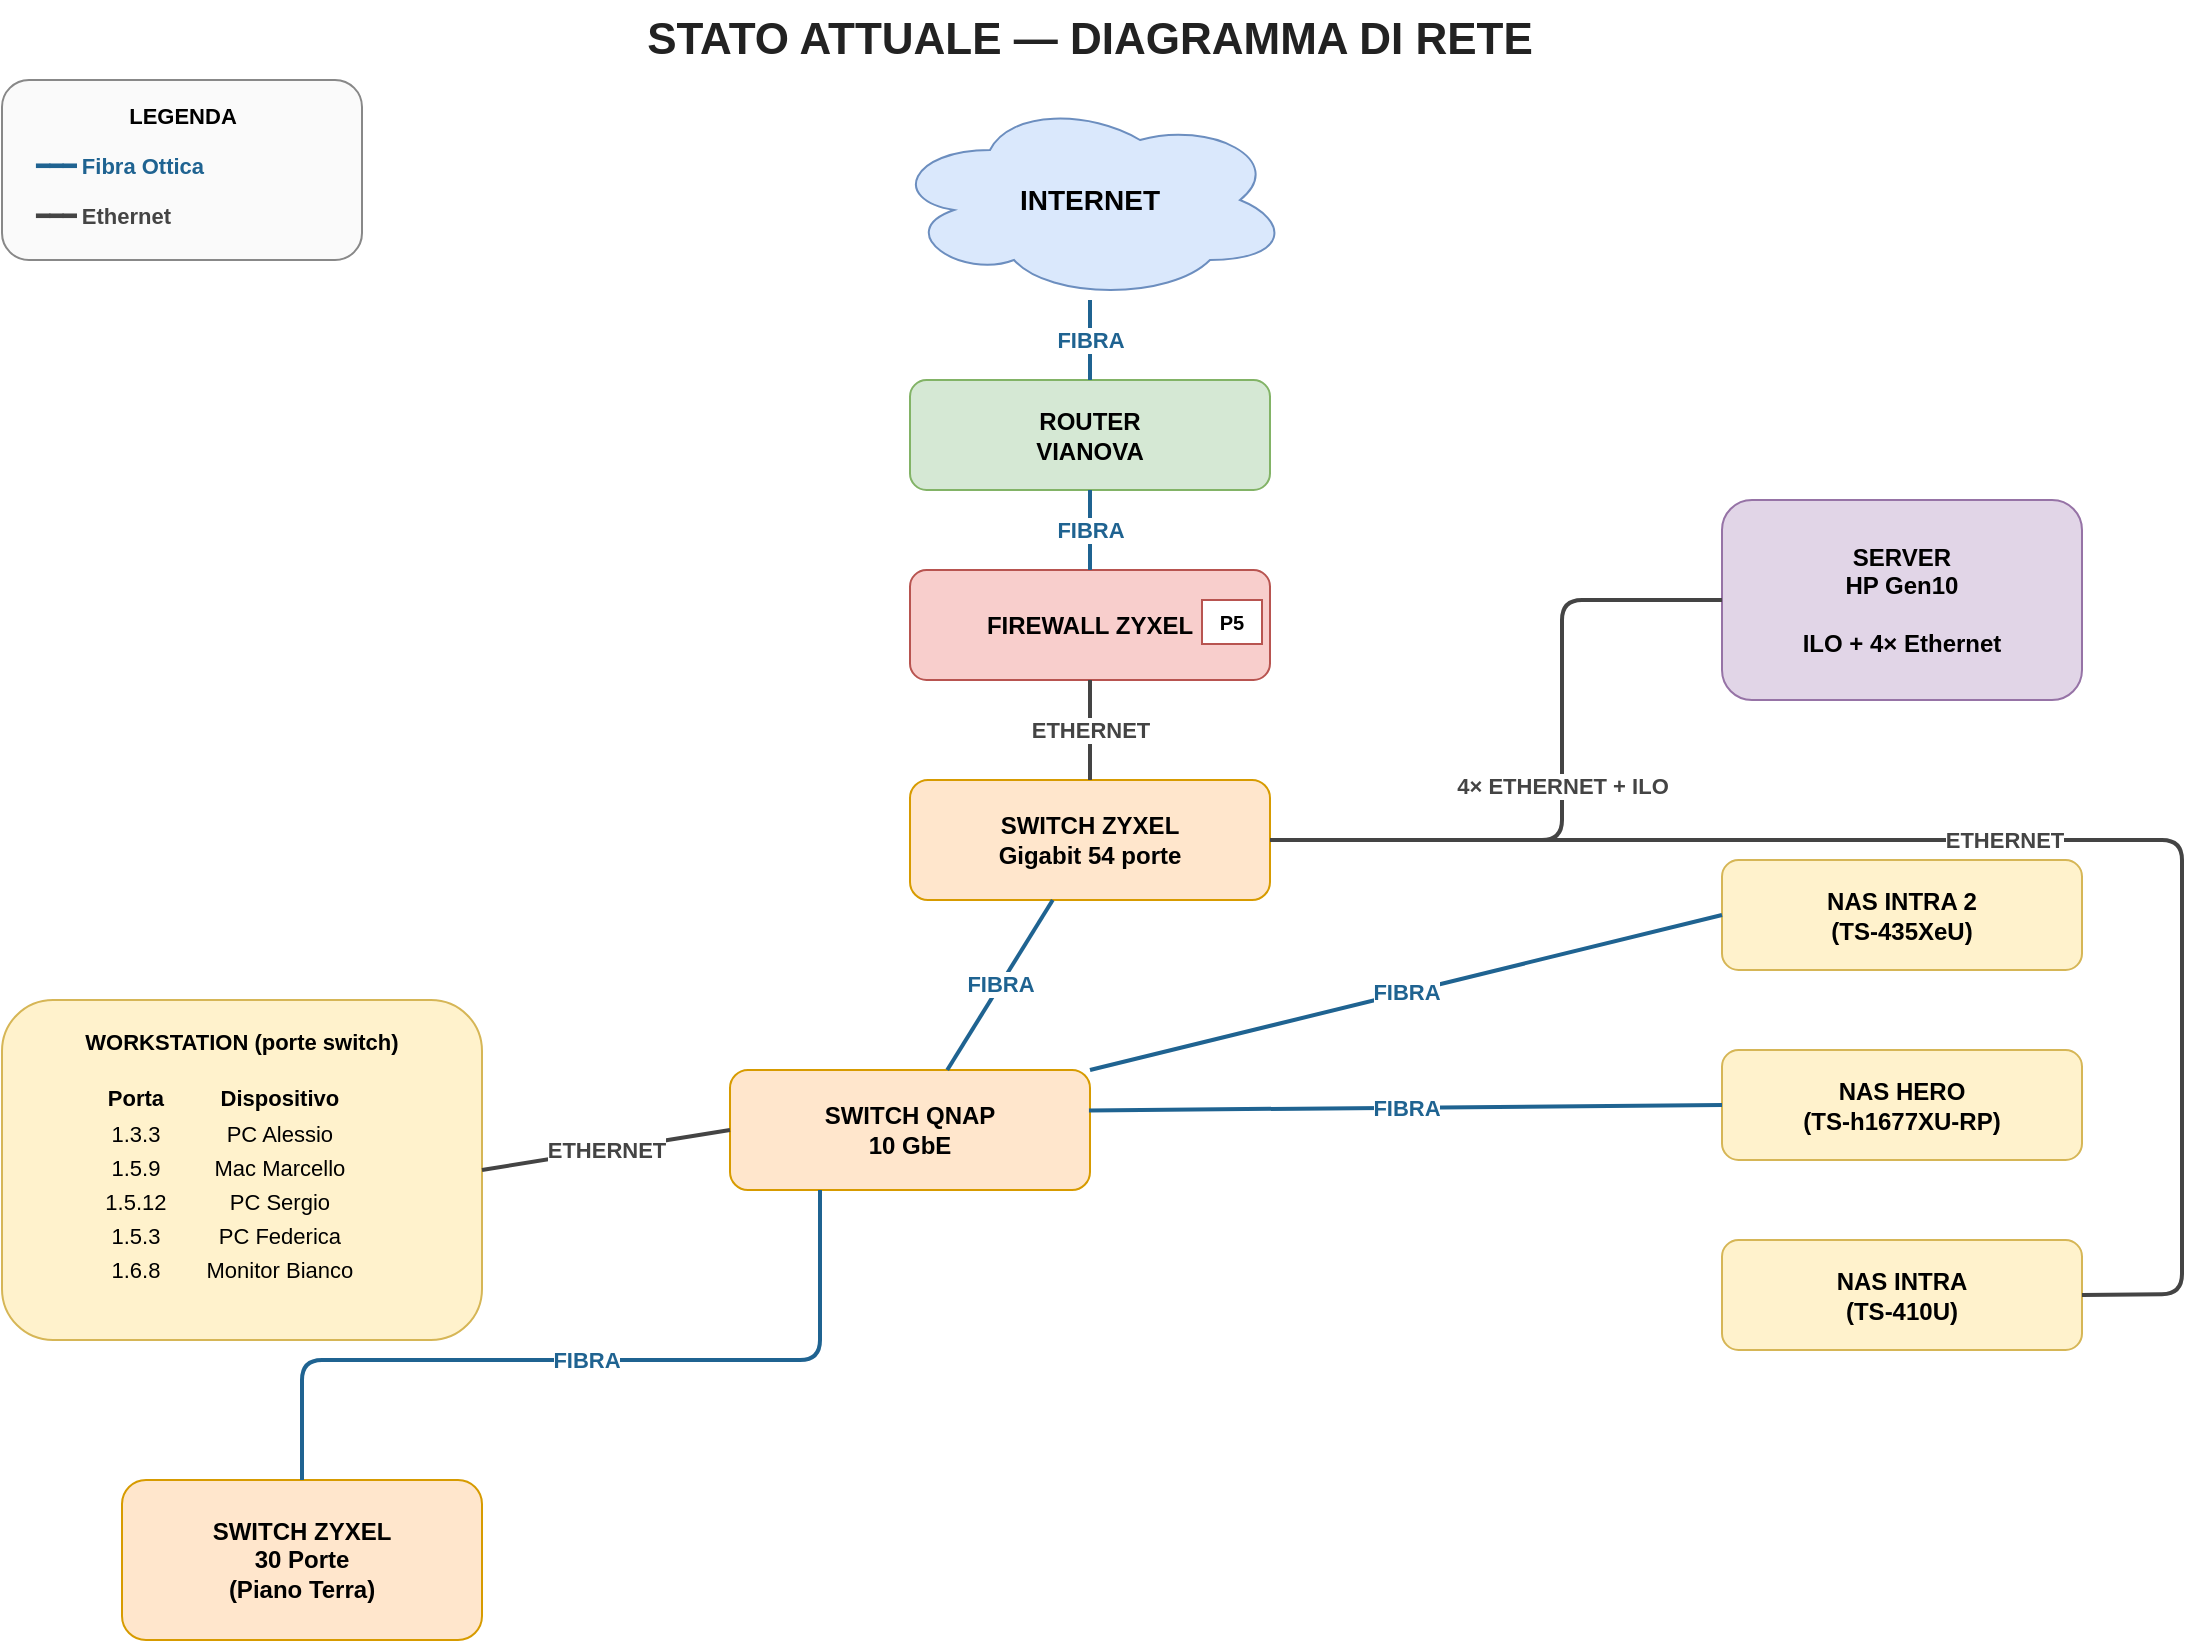
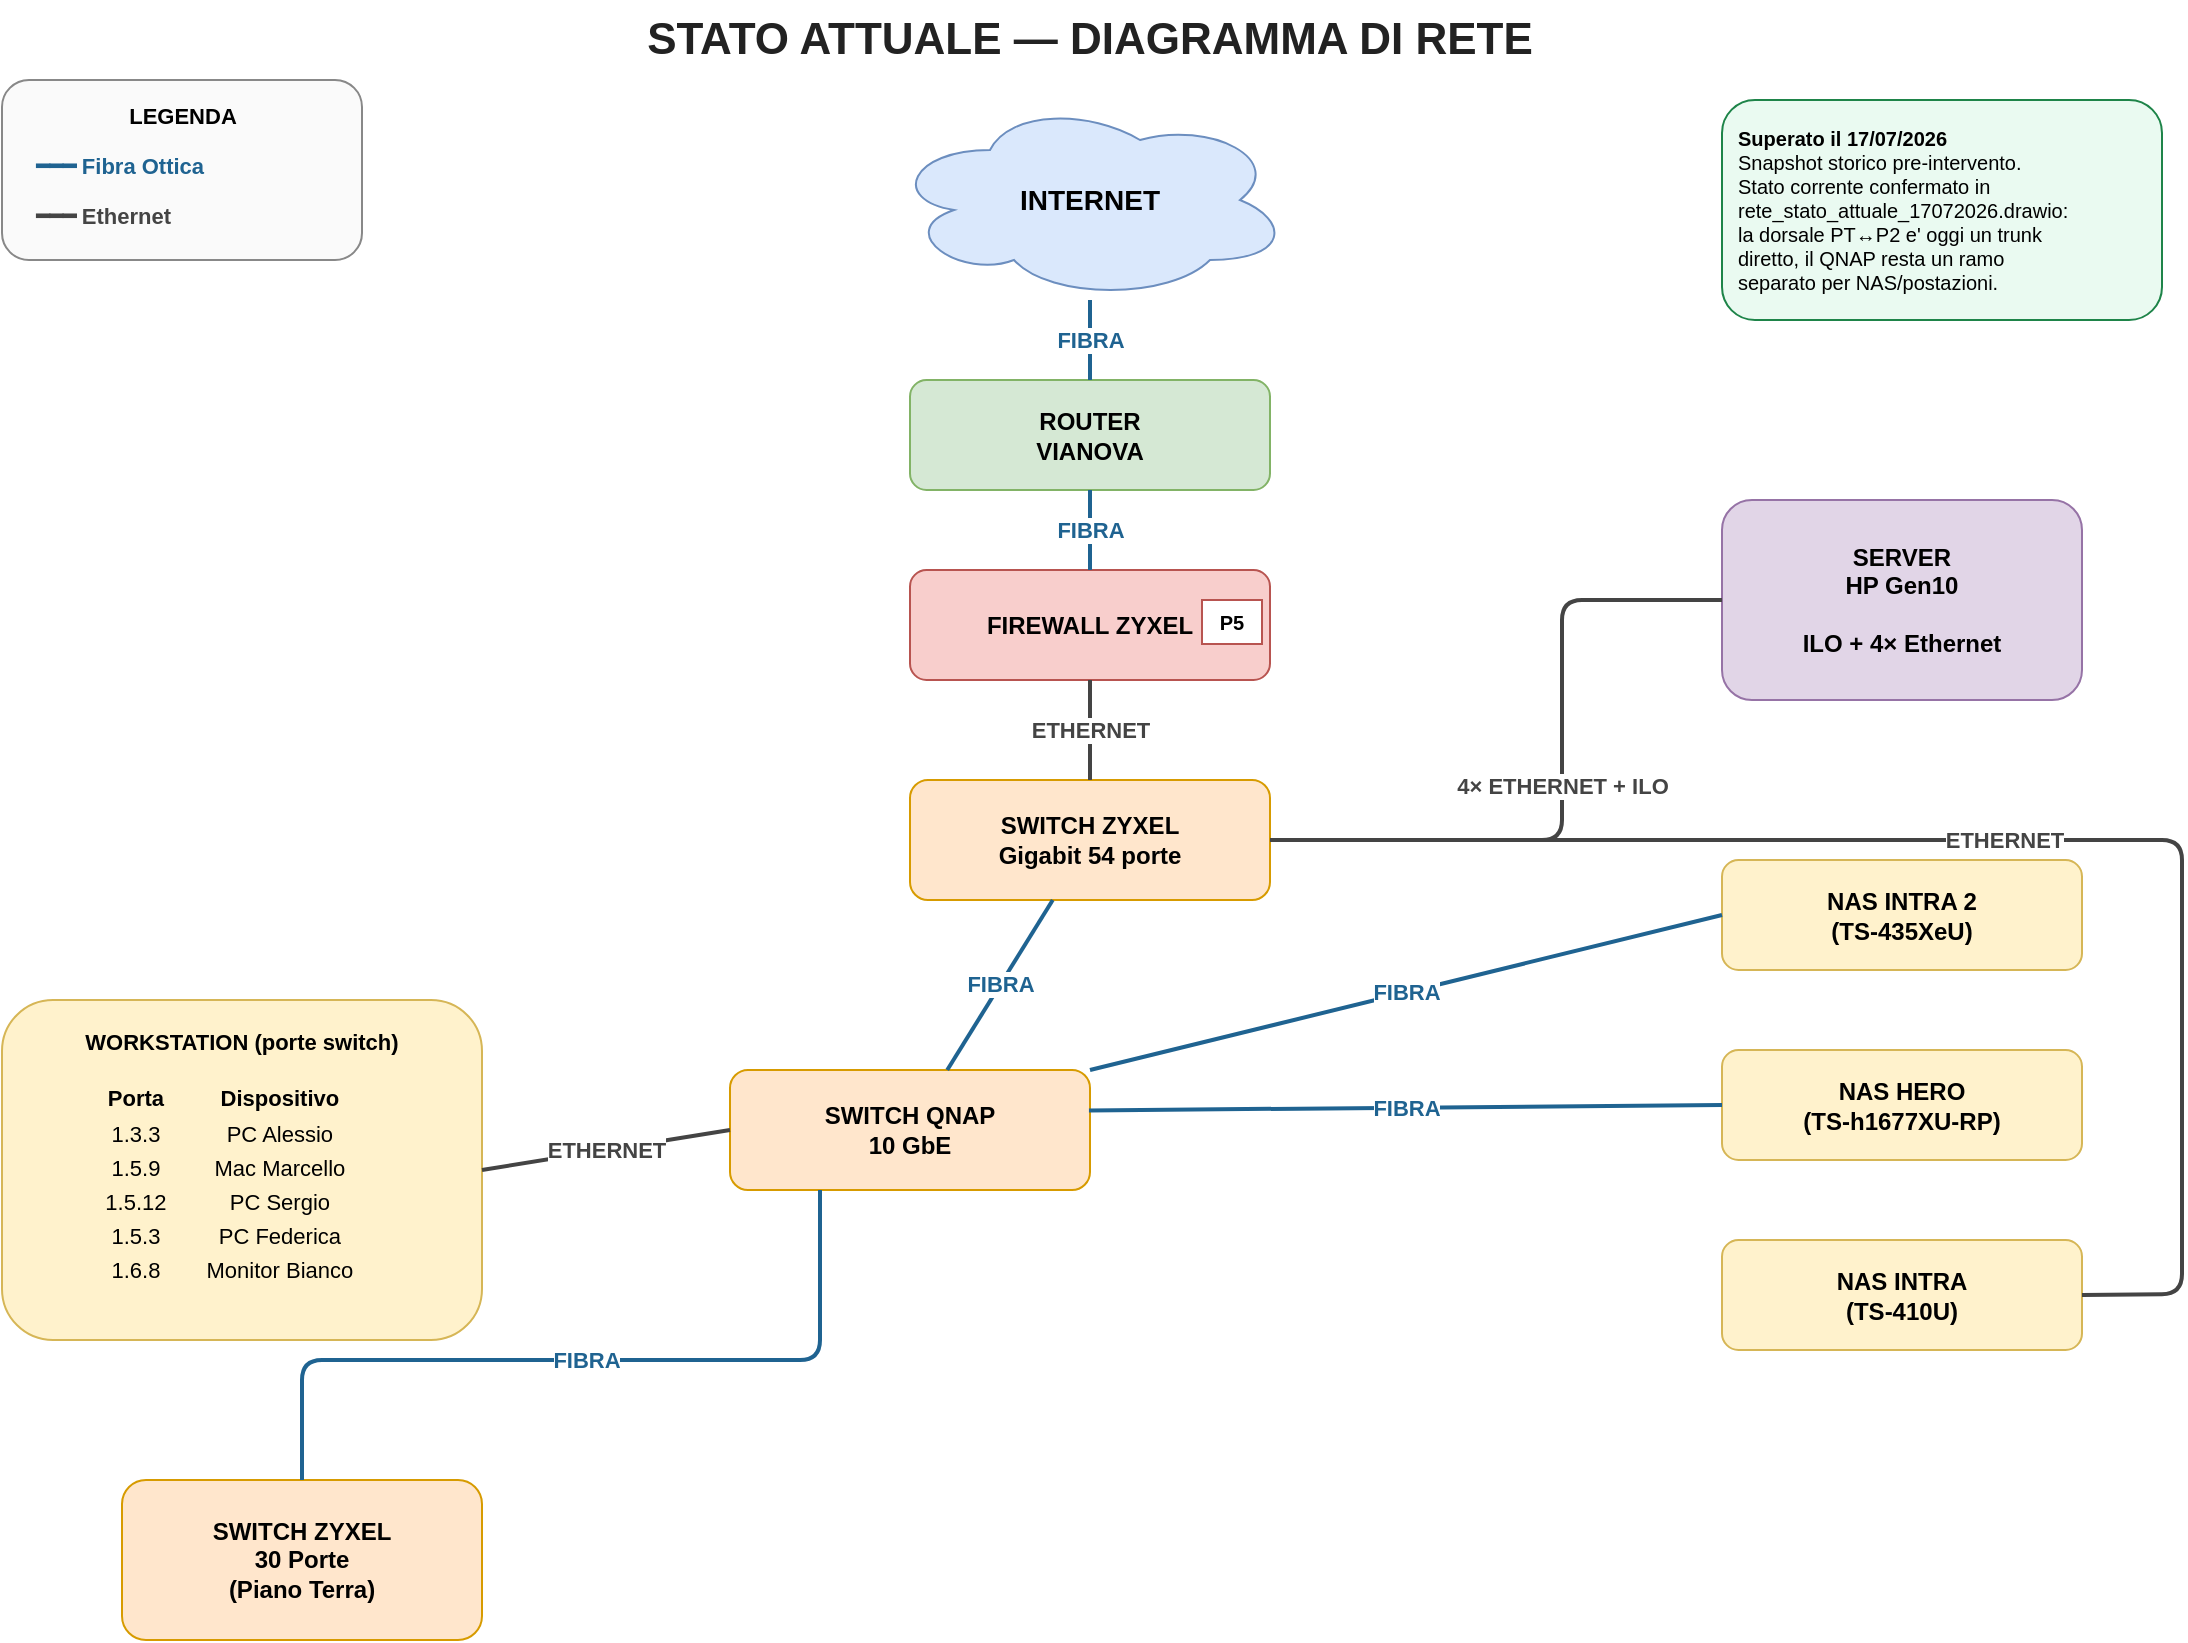
<mxfile host="app.diagrams.net" agent="Claude">
  <diagram name="Stato Attuale" id="rete-stato-attuale">
    <mxGraphModel dx="1571" dy="826" grid="1" gridSize="10" guides="1" tooltips="1" connect="1" arrows="1" fold="1" page="1" pageScale="1" pageWidth="1169" pageHeight="900" math="0" shadow="0">
      <root>
        <mxCell id="0" />
        <mxCell id="1" parent="0" />
        <mxCell id="title" parent="1" style="text;html=1;align=center;verticalAlign=middle;whiteSpace=wrap;fontSize=22;fontStyle=1;fontColor=#222222" value="STATO ATTUALE — DIAGRAMMA DI RETE" vertex="1">
          <mxGeometry height="40" width="600" x="284" y="20" as="geometry" />
        </mxCell>
        <mxCell id="legend-box" parent="1" style="rounded=1;whiteSpace=wrap;html=1;fillColor=#fafafa;strokeColor=#888888;" value="" vertex="1">
          <mxGeometry height="90" width="180" x="40" y="60" as="geometry" />
        </mxCell>
        <mxCell id="legend-title" parent="1" style="text;html=1;align=center;fontSize=11;fontStyle=1" value="LEGENDA" vertex="1">
          <mxGeometry height="20" width="180" x="40" y="65" as="geometry" />
        </mxCell>
        <mxCell id="legend-fiber" parent="1" style="text;html=1;align=left;fontSize=11;fontColor=#1f6391;fontStyle=1" value="━━━  Fibra Ottica" vertex="1">
          <mxGeometry height="20" width="160" x="55" y="90" as="geometry" />
        </mxCell>
        <mxCell id="legend-eth" parent="1" style="text;html=1;align=left;fontSize=11;fontColor=#444444;fontStyle=1" value="━━━  Ethernet" vertex="1">
          <mxGeometry height="20" width="160" x="55" y="115" as="geometry" />
        </mxCell>
        <mxCell id="internet" parent="1" style="shape=cloud;whiteSpace=wrap;html=1;fillColor=#dae8fc;strokeColor=#6c8ebf;fontSize=14;fontStyle=1" value="INTERNET" vertex="1">
          <mxGeometry height="100" width="200" x="484" y="70" as="geometry" />
        </mxCell>
        <mxCell id="router" parent="1" style="rounded=1;whiteSpace=wrap;html=1;fillColor=#d5e8d4;strokeColor=#82b366;fontSize=12;fontStyle=1" value="ROUTER&#xa;VIANOVA" vertex="1">
          <mxGeometry height="55" width="180" x="494" y="210" as="geometry" />
        </mxCell>
        <mxCell id="firewall" parent="1" style="rounded=1;whiteSpace=wrap;html=1;fillColor=#f8cecc;strokeColor=#b85450;fontSize=12;fontStyle=1" value="FIREWALL ZYXEL" vertex="1">
          <mxGeometry height="55" width="180" x="494" y="305" as="geometry" />
        </mxCell>
        <mxCell id="firewall-p5" parent="1" style="rounded=0;whiteSpace=wrap;html=1;fillColor=#ffffff;strokeColor=#b85450;fontSize=10;fontStyle=1" value="P5" vertex="1">
          <mxGeometry height="22" width="30" x="640" y="320" as="geometry" />
        </mxCell>
        <mxCell id="sw-zyxel-54" parent="1" style="rounded=1;whiteSpace=wrap;html=1;fillColor=#ffe6cc;strokeColor=#d79b00;fontSize=12;fontStyle=1" value="SWITCH ZYXEL&#xa;Gigabit 54 porte" vertex="1">
          <mxGeometry height="60" width="180" x="494" y="410" as="geometry" />
        </mxCell>
        <mxCell id="hpgen10" parent="1" style="rounded=1;whiteSpace=wrap;html=1;fillColor=#e1d5e7;strokeColor=#9673a6;fontSize=12;fontStyle=1" value="SERVER&#xa;HP Gen10&#xa;&#xa;ILO + 4× Ethernet" vertex="1">
          <mxGeometry height="100" width="180" x="900" y="270" as="geometry" />
        </mxCell>
        <mxCell id="sw-qnap" parent="1" style="rounded=1;whiteSpace=wrap;html=1;fillColor=#ffe6cc;strokeColor=#d79b00;fontSize=12;fontStyle=1" value="SWITCH QNAP&#xa;10 GbE" vertex="1">
          <mxGeometry height="60" width="180" x="404" y="555" as="geometry" />
        </mxCell>
        <mxCell id="pc-group" parent="1" style="rounded=1;whiteSpace=wrap;html=1;fillColor=#fff2cc;strokeColor=#d6b656;fontSize=11;align=center;verticalAlign=top;spacingTop=8" value="&lt;b&gt;WORKSTATION (porte switch)&lt;/b&gt;&lt;br&gt;&lt;br&gt;&lt;table style=&quot;border-collapse:collapse;font-size:11px&quot;&gt;&lt;tr&gt;&lt;td style=&quot;padding:2px 10px&quot;&gt;&lt;b&gt;Porta&lt;/b&gt;&lt;/td&gt;&lt;td style=&quot;padding:2px 10px&quot;&gt;&lt;b&gt;Dispositivo&lt;/b&gt;&lt;/td&gt;&lt;/tr&gt;&lt;tr&gt;&lt;td style=&quot;padding:2px 10px&quot;&gt;1.3.3&lt;/td&gt;&lt;td style=&quot;padding:2px 10px&quot;&gt;PC Alessio&lt;/td&gt;&lt;/tr&gt;&lt;tr&gt;&lt;td style=&quot;padding:2px 10px&quot;&gt;1.5.9&lt;/td&gt;&lt;td style=&quot;padding:2px 10px&quot;&gt;Mac Marcello&lt;/td&gt;&lt;/tr&gt;&lt;tr&gt;&lt;td style=&quot;padding:2px 10px&quot;&gt;1.5.12&lt;/td&gt;&lt;td style=&quot;padding:2px 10px&quot;&gt;PC Sergio&lt;/td&gt;&lt;/tr&gt;&lt;tr&gt;&lt;td style=&quot;padding:2px 10px&quot;&gt;1.5.3&lt;/td&gt;&lt;td style=&quot;padding:2px 10px&quot;&gt;PC Federica&lt;/td&gt;&lt;/tr&gt;&lt;tr&gt;&lt;td style=&quot;padding:2px 10px&quot;&gt;1.6.8&lt;/td&gt;&lt;td style=&quot;padding:2px 10px&quot;&gt;Monitor Bianco&lt;/td&gt;&lt;/tr&gt;&lt;/table&gt;" vertex="1">
          <mxGeometry height="170" width="240" x="40" y="520" as="geometry" />
        </mxCell>
        <mxCell id="nas-nuovo" parent="1" style="rounded=1;whiteSpace=wrap;html=1;fillColor=#fff2cc;strokeColor=#d6b656;fontSize=12;fontStyle=1" value="&lt;div&gt;NAS INTRA 2&lt;/div&gt;&lt;div&gt;(TS-435XeU)&lt;/div&gt;" vertex="1">
          <mxGeometry height="55" width="180" x="900" y="450" as="geometry" />
        </mxCell>
        <mxCell id="nas-hero" parent="1" style="rounded=1;whiteSpace=wrap;html=1;fillColor=#fff2cc;strokeColor=#d6b656;fontSize=12;fontStyle=1" value="&lt;div&gt;NAS HERO&lt;/div&gt;&lt;div&gt;(TS-h1677XU-RP)&lt;/div&gt;" vertex="1">
          <mxGeometry height="55" width="180" x="900" y="545" as="geometry" />
        </mxCell>
        <mxCell id="nas-intra" parent="1" style="rounded=1;whiteSpace=wrap;html=1;fillColor=#fff2cc;strokeColor=#d6b656;fontSize=12;fontStyle=1" value="&lt;div&gt;NAS INTRA&lt;/div&gt;&lt;div&gt;(TS-410U)&lt;/div&gt;" vertex="1">
          <mxGeometry height="55" width="180" x="900" y="640" as="geometry" />
        </mxCell>
        <mxCell id="sw-zyxel-pt" parent="1" style="rounded=1;whiteSpace=wrap;html=1;fillColor=#ffe6cc;strokeColor=#d79b00;fontSize=12;fontStyle=1" value="SWITCH ZYXEL&#xa;30 Porte&#xa;(Piano Terra)" vertex="1">
          <mxGeometry height="80" width="180" x="100" y="760" as="geometry" />
        </mxCell>
        <mxCell id="edge1" edge="1" parent="1" source="internet" style="endArrow=none;html=1;strokeColor=#1f6391;strokeWidth=2;fontSize=11;fontStyle=1;fontColor=#1f6391;labelBackgroundColor=#ffffff" target="router" value="FIBRA">
          <mxGeometry relative="1" as="geometry" />
        </mxCell>
        <mxCell id="edge2" edge="1" parent="1" source="router" style="endArrow=none;html=1;strokeColor=#1f6391;strokeWidth=2;fontSize=11;fontStyle=1;fontColor=#1f6391;labelBackgroundColor=#ffffff" target="firewall" value="FIBRA">
          <mxGeometry relative="1" as="geometry" />
        </mxCell>
        <mxCell id="edge3" edge="1" parent="1" source="firewall" style="endArrow=none;html=1;strokeColor=#444444;strokeWidth=2;fontSize=11;fontStyle=1;fontColor=#444444;labelBackgroundColor=#ffffff" target="sw-zyxel-54" value="ETHERNET">
          <mxGeometry relative="1" as="geometry" />
        </mxCell>
        <mxCell id="edge4" edge="1" parent="1" source="sw-zyxel-54" style="endArrow=none;html=1;strokeColor=#444444;strokeWidth=2;fontSize=11;fontStyle=1;fontColor=#444444;labelBackgroundColor=#ffffff;exitX=1;exitY=0.5;exitDx=0;exitDy=0;entryX=0;entryY=0.5;entryDx=0;entryDy=0" target="hpgen10" value="4× ETHERNET + ILO">
          <mxGeometry relative="1" as="geometry">
            <Array as="points">
              <mxPoint x="820" y="440" />
              <mxPoint x="820" y="320" />
            </Array>
          </mxGeometry>
        </mxCell>
        <mxCell id="edge5" edge="1" parent="1" source="sw-zyxel-54" style="endArrow=none;html=1;strokeColor=#1f6391;strokeWidth=2;fontSize=11;fontStyle=1;fontColor=#1f6391;labelBackgroundColor=#ffffff" target="sw-qnap" value="FIBRA">
          <mxGeometry relative="1" as="geometry" />
        </mxCell>
        <mxCell id="edge7" edge="1" parent="1" source="sw-qnap" style="endArrow=none;html=1;strokeColor=#444444;strokeWidth=2;fontSize=11;fontStyle=1;fontColor=#444444;labelBackgroundColor=#ffffff;exitX=0;exitY=0.5;exitDx=0;exitDy=0;entryX=1;entryY=0.5;entryDx=0;entryDy=0" target="pc-group" value="ETHERNET">
          <mxGeometry relative="1" as="geometry" />
        </mxCell>
        <mxCell id="edge9" edge="1" parent="1" source="sw-qnap" style="endArrow=none;html=1;strokeColor=#1f6391;strokeWidth=2;fontSize=11;fontStyle=1;fontColor=#1f6391;labelBackgroundColor=#ffffff;exitX=0.997;exitY=0.337;exitDx=0;exitDy=0;entryX=0;entryY=0.5;entryDx=0;entryDy=0;exitPerimeter=0;" target="nas-hero" value="FIBRA">
          <mxGeometry relative="1" as="geometry" />
        </mxCell>
        <mxCell id="edge11" edge="1" parent="1" source="sw-qnap" style="endArrow=none;html=1;strokeColor=#1f6391;strokeWidth=2;fontSize=11;fontStyle=1;fontColor=#1f6391;labelBackgroundColor=#ffffff;exitX=0.25;exitY=1;exitDx=0;exitDy=0;entryX=0.5;entryY=0;entryDx=0;entryDy=0" target="sw-zyxel-pt" value="FIBRA">
          <mxGeometry relative="1" as="geometry">
            <Array as="points">
              <mxPoint x="449" y="700" />
              <mxPoint x="190" y="700" />
            </Array>
          </mxGeometry>
        </mxCell>
        <mxCell id="edge12" edge="1" parent="1" source="sw-zyxel-54" style="endArrow=none;html=1;strokeColor=#444444;strokeWidth=2;fontSize=11;fontStyle=1;fontColor=#444444;labelBackgroundColor=#ffffff;exitX=1;exitY=0.5;exitDx=0;exitDy=0;entryX=1;entryY=0.5;entryDx=0;entryDy=0" target="nas-intra" value="ETHERNET">
          <mxGeometry relative="1" as="geometry">
            <Array as="points">
              <mxPoint x="1130" y="440" />
              <mxPoint x="1130" y="667" />
            </Array>
          </mxGeometry>
        </mxCell>
        <mxCell id="Izd-Js_BfQaIaIiKO1yB-1" edge="1" parent="1" source="sw-qnap" style="endArrow=none;html=1;strokeColor=#1f6391;strokeWidth=2;fontSize=11;fontStyle=1;fontColor=#1f6391;labelBackgroundColor=#ffffff;exitX=1;exitY=0;exitDx=0;exitDy=0;entryX=0;entryY=0.5;entryDx=0;entryDy=0;" target="nas-nuovo" value="FIBRA">
          <mxGeometry relative="1" as="geometry">
            <mxPoint x="600" y="532" as="sourcePoint" />
            <mxPoint x="917" y="530" as="targetPoint" />
          </mxGeometry>
        </mxCell>
+ 
+         <mxCell id="note1707" parent="1" style="rounded=1;whiteSpace=wrap;html=1;fillColor=#eafaf1;strokeColor=#1e8449;align=left;spacing=8;fontSize=10" value="&lt;b&gt;Superato il 17/07/2026&lt;/b&gt;&lt;br&gt;Snapshot storico pre-intervento.&lt;br&gt;Stato corrente confermato in&lt;br&gt;rete_stato_attuale_17072026.drawio&#58;&lt;br&gt;la dorsale PT↔P2 e' oggi un trunk&lt;br&gt;diretto, il QNAP resta un ramo&lt;br&gt;separato per NAS/postazioni." vertex="1">
+           <mxGeometry height="110" width="220" x="900" y="70" as="geometry" />
+         </mxCell>
      </root>
    </mxGraphModel>
  </diagram>
</mxfile>
